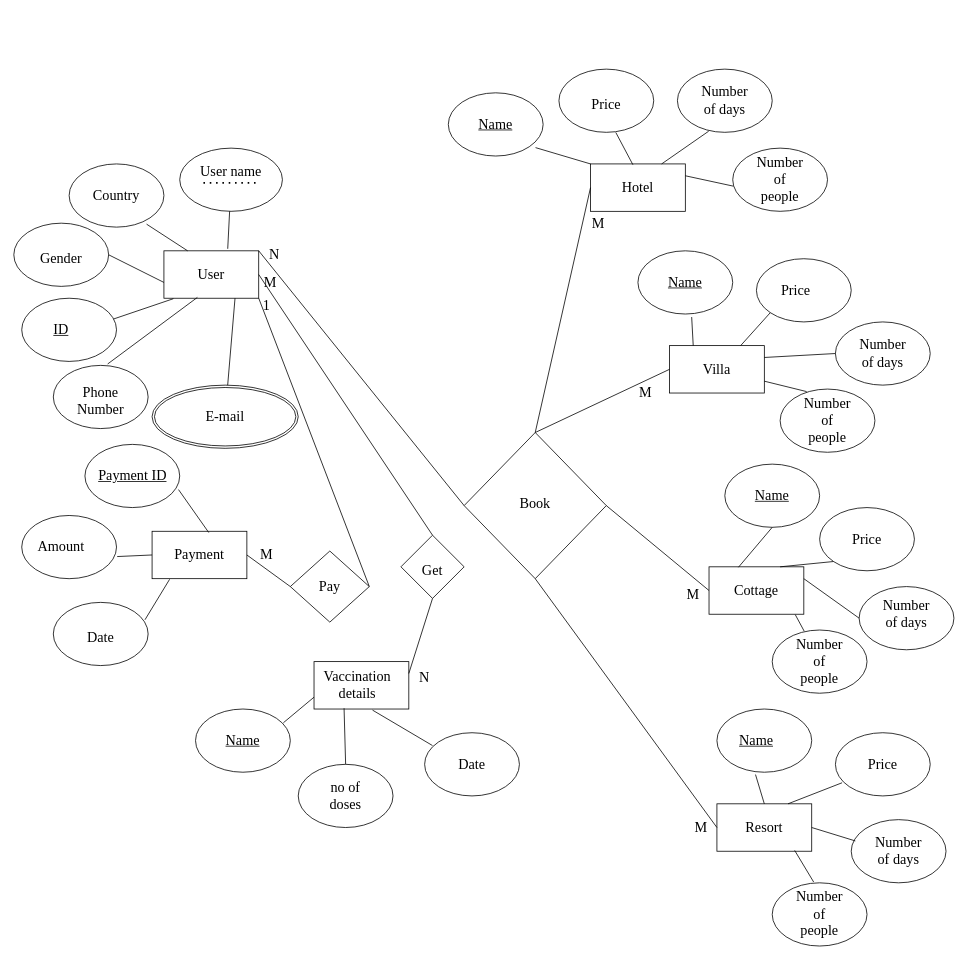
The draw.io diagram Untitled Diagram.drawio in IT21040344/IT21040344, before the edit. Source tidied: cells renumbered, new cells numbered last; positions are measured from the earlier drawing's top-left corner, leaving out a move shared by most shapes. Both pictures are drawn from the tidied source at 79%, with x=0, y=0 at pixel (13, 69).
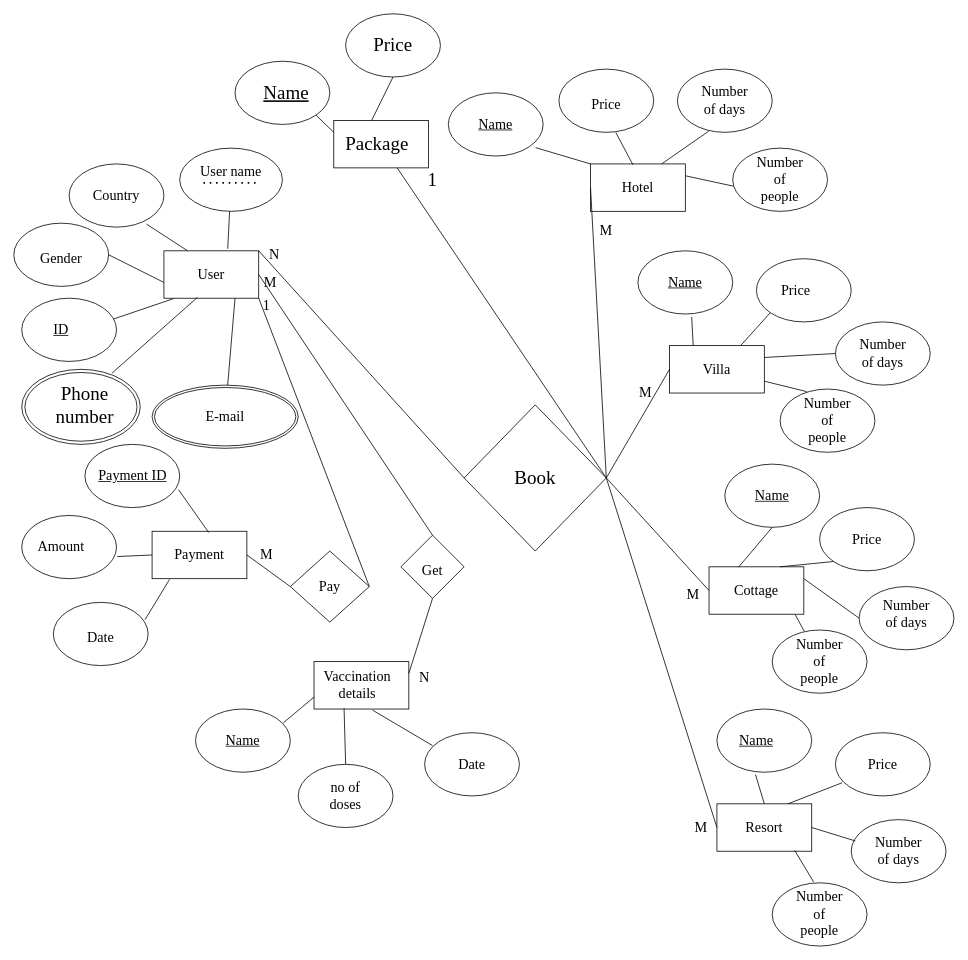
The same diagram, later.

The change refers to these unchanged cells:
```xml
<mxCell id="2" style="rounded=0;whiteSpace=wrap;html=1;" parent="1" vertex="1">
  <mxGeometry x="190" y="230" width="120" height="60" as="geometry" />
</mxCell>
<mxCell id="22" style="rounded=0;whiteSpace=wrap;html=1;fontFamily=Times New Roman;fontSize=18;" parent="1" vertex="1">
  <mxGeometry x="730" y="120" width="120" height="60" as="geometry" />
</mxCell>
<mxCell id="36" style="rounded=0;whiteSpace=wrap;html=1;fontFamily=Times New Roman;fontSize=18;" parent="1" vertex="1">
  <mxGeometry x="830" y="350" width="120" height="60" as="geometry" />
</mxCell>
<mxCell id="64" style="rounded=0;whiteSpace=wrap;html=1;fontFamily=Times New Roman;fontSize=18;" parent="1" vertex="1">
  <mxGeometry x="890" y="930" width="120" height="60" as="geometry" />
</mxCell>
```

Change to the diagram source:
```diff
@@
-    <mxCell id="7" style="ellipse;whiteSpace=wrap;html=1;" parent="1" vertex="1">
-      <mxGeometry x="50" y="375" width="120" height="80" as="geometry" />
-    </mxCell>
@@
-    <mxCell id="10" value="&lt;font face=&quot;Times New Roman&quot; style=&quot;font-size: 18px;&quot;&gt;Phone Number&lt;/font&gt;" style="text;html=1;strokeColor=none;fillColor=none;align=center;verticalAlign=middle;whiteSpace=wrap;rounded=0;" parent="1" vertex="1">
-      <mxGeometry x="80" y="405" width="60" height="30" as="geometry" />
-    </mxCell>
@@
-    <mxCell id="17" style="endArrow=none;html=1;rounded=0;fontFamily=Times New Roman;fontSize=18;entryX=0.573;entryY=-0.022;entryDx=0;entryDy=0;entryPerimeter=0;exitX=0.353;exitY=0.983;exitDx=0;exitDy=0;exitPerimeter=0;" parent="1" edge="1" source="2" target="7">
+    <mxCell id="17" style="endArrow=none;html=1;rounded=0;fontFamily=Times New Roman;fontSize=18;entryX=0.762;entryY=0.051;entryDx=0;entryDy=0;entryPerimeter=0;exitX=0.353;exitY=0.983;exitDx=0;exitDy=0;exitPerimeter=0;" parent="1" edge="1" source="2" target="134">
       <mxGeometry relative="1" as="geometry" />
     </mxCell>
@@
     <mxCell id="100" style="rhombus;whiteSpace=wrap;html=1;fontFamily=Times New Roman;fontSize=18;" parent="1" vertex="1">
-      <mxGeometry x="570" y="460" width="180" height="185" as="geometry" />
+      <mxGeometry x="570" y="425" width="180" height="185" as="geometry" />
     </mxCell>
@@
-    <mxCell id="103" value="Book" style="text;html=1;strokeColor=none;fillColor=none;align=center;verticalAlign=middle;whiteSpace=wrap;rounded=0;fontFamily=Times New Roman;fontSize=18;" parent="1" vertex="1">
-      <mxGeometry x="630" y="535" width="60" height="30" as="geometry" />
+    <mxCell id="103" value="&lt;font style=&quot;font-size: 24px;&quot;&gt;Book&lt;/font&gt;" style="text;html=1;strokeColor=none;fillColor=none;align=center;verticalAlign=middle;whiteSpace=wrap;rounded=0;fontFamily=Times New Roman;fontSize=18;" parent="1" vertex="1">
+      <mxGeometry x="630" y="502.5" width="60" height="30" as="geometry" />
     </mxCell>
@@
     <mxCell id="116" value="M" style="text;html=1;strokeColor=none;fillColor=none;align=center;verticalAlign=middle;whiteSpace=wrap;rounded=0;fontFamily=Times New Roman;fontSize=18;" parent="1" vertex="1">
-      <mxGeometry x="710" y="180" width="60" height="30" as="geometry" />
+      <mxGeometry x="720" y="190" width="60" height="30" as="geometry" />
     </mxCell>
-    <mxCell id="117" style="endArrow=none;html=1;rounded=0;fontFamily=Times New Roman;fontSize=18;exitX=0;exitY=0.5;exitDx=0;exitDy=0;entryX=0.5;entryY=1;entryDx=0;entryDy=0;" parent="1" edge="1" source="64" target="100">
+    <mxCell id="117" style="endArrow=none;html=1;rounded=0;fontFamily=Times New Roman;fontSize=18;exitX=0;exitY=0.5;exitDx=0;exitDy=0;entryX=1;entryY=0.5;entryDx=0;entryDy=0;" parent="1" edge="1" source="64" target="100">
       <mxGeometry relative="1" as="geometry" />
     </mxCell>
@@
-    <mxCell id="119" style="endArrow=none;html=1;rounded=0;fontFamily=Times New Roman;fontSize=18;entryX=0;entryY=0.5;entryDx=0;entryDy=0;exitX=0.5;exitY=0;exitDx=0;exitDy=0;" parent="1" edge="1" source="100" target="36">
+    <mxCell id="119" style="endArrow=none;html=1;rounded=0;fontFamily=Times New Roman;fontSize=18;entryX=0;entryY=0.5;entryDx=0;entryDy=0;exitX=1;exitY=0.5;exitDx=0;exitDy=0;" parent="1" edge="1" source="100" target="36">
       <mxGeometry relative="1" as="geometry" />
     </mxCell>
-    <mxCell id="120" style="endArrow=none;html=1;rounded=0;fontFamily=Times New Roman;fontSize=18;entryX=0.5;entryY=0;entryDx=0;entryDy=0;exitX=0;exitY=0.5;exitDx=0;exitDy=0;" parent="1" edge="1" source="22" target="100">
+    <mxCell id="120" style="endArrow=none;html=1;rounded=0;fontFamily=Times New Roman;fontSize=18;exitX=0;exitY=0.5;exitDx=0;exitDy=0;entryX=1;entryY=0.5;entryDx=0;entryDy=0;" parent="1" edge="1" source="22" target="100">
       <mxGeometry relative="1" as="geometry" />
     </mxCell>
@@
+    <mxCell id="124" style="rounded=0;whiteSpace=wrap;html=1;fontFamily=Times New Roman;fontSize=24;" parent="1" vertex="1">
+      <mxGeometry x="405" y="65" width="120" height="60" as="geometry" />
+    </mxCell>
+    <mxCell id="125" style="ellipse;whiteSpace=wrap;html=1;fontFamily=Times New Roman;fontSize=24;" parent="1" vertex="1">
+      <mxGeometry x="420" y="-70" width="120" height="80" as="geometry" />
+    </mxCell>
+    <mxCell id="126" style="ellipse;whiteSpace=wrap;html=1;fontFamily=Times New Roman;fontSize=24;" parent="1" vertex="1">
+      <mxGeometry x="280" y="-10" width="120" height="80" as="geometry" />
+    </mxCell>
+    <mxCell id="127" value="Package" style="text;html=1;strokeColor=none;fillColor=none;align=center;verticalAlign=middle;whiteSpace=wrap;rounded=0;fontFamily=Times New Roman;fontSize=24;" parent="1" vertex="1">
+      <mxGeometry x="430" y="80" width="60" height="30" as="geometry" />
+    </mxCell>
+    <mxCell id="128" value="Price" style="text;html=1;strokeColor=none;fillColor=none;align=center;verticalAlign=middle;whiteSpace=wrap;rounded=0;fontFamily=Times New Roman;fontSize=24;" parent="1" vertex="1">
+      <mxGeometry x="450" y="-45" width="60" height="30" as="geometry" />
+    </mxCell>
+    <mxCell id="129" value="&lt;u&gt;Name&lt;/u&gt;" style="text;html=1;strokeColor=none;fillColor=none;align=center;verticalAlign=middle;whiteSpace=wrap;rounded=0;fontFamily=Times New Roman;fontSize=24;" parent="1" vertex="1">
+      <mxGeometry x="315" y="15" width="60" height="30" as="geometry" />
+    </mxCell>
+    <mxCell id="130" style="endArrow=none;html=1;rounded=0;fontFamily=Times New Roman;fontSize=24;entryX=0.4;entryY=-0.003;entryDx=0;entryDy=0;entryPerimeter=0;exitX=0.5;exitY=1;exitDx=0;exitDy=0;" parent="1" edge="1" source="125" target="124">
+      <mxGeometry relative="1" as="geometry" />
+    </mxCell>
+    <mxCell id="131" style="endArrow=none;html=1;rounded=0;fontFamily=Times New Roman;fontSize=24;exitX=0;exitY=0.25;exitDx=0;exitDy=0;entryX=1;entryY=1;entryDx=0;entryDy=0;" parent="1" edge="1" source="124" target="126">
+      <mxGeometry relative="1" as="geometry" />
+    </mxCell>
+    <mxCell id="132" style="endArrow=none;html=1;rounded=0;fontFamily=Times New Roman;fontSize=24;exitX=1;exitY=0.5;exitDx=0;exitDy=0;" parent="1" edge="1" source="100" target="124">
+      <mxGeometry relative="1" as="geometry" />
+    </mxCell>
+    <mxCell id="133" value="1" style="text;html=1;strokeColor=none;fillColor=none;align=center;verticalAlign=middle;whiteSpace=wrap;rounded=0;fontFamily=Times New Roman;fontSize=24;" parent="1" vertex="1">
+      <mxGeometry x="500" y="125" width="60" height="30" as="geometry" />
+    </mxCell>
+    <mxCell id="134" style="ellipse;shape=doubleEllipse;whiteSpace=wrap;html=1;fontFamily=Times New Roman;fontSize=24;" parent="1" vertex="1">
+      <mxGeometry x="10" y="380" width="150" height="95" as="geometry" />
+    </mxCell>
+    <mxCell id="135" value="Phone number" style="text;html=1;strokeColor=none;fillColor=none;align=center;verticalAlign=middle;whiteSpace=wrap;rounded=0;fontFamily=Times New Roman;fontSize=24;" parent="1" vertex="1">
+      <mxGeometry x="60" y="410" width="60" height="30" as="geometry" />
+    </mxCell>
```
